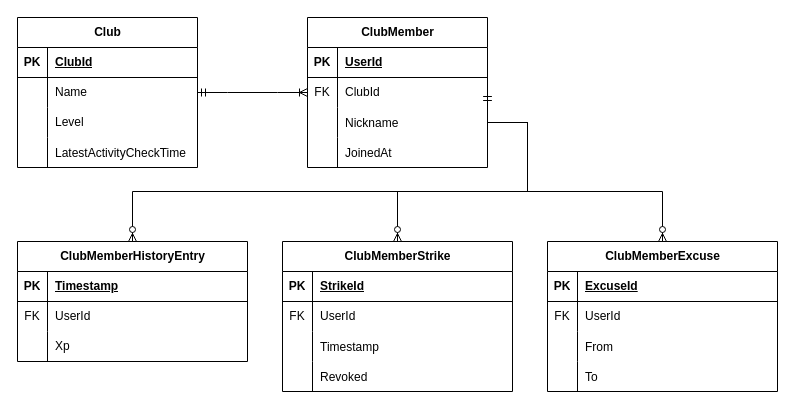
Earlier version of the draw.io diagram Documentation/ER-Diagram.drawio (efibs/GeoClubBot). Source tidied: cells renumbered, new cells numbered last; positions are measured from the earlier drawing's top-left corner, leaving out a move shared by most shapes. Both pictures are drawn from the tidied source at 100%, with x=0, y=0 at pixel (17, 17).
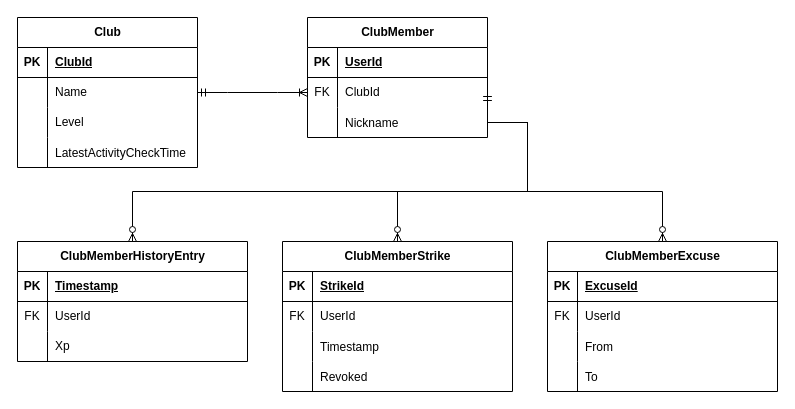
After the change.

The edit, as a diff of the source:
```diff
@@
     <mxCell id="15" value="ClubMember" style="shape=table;startSize=30;childLayout=tableLayout;rowLines=0;fontStyle=1;align=center;html=1;" parent="1" vertex="1">
-      <mxGeometry x="290" width="180" height="150" as="geometry" />
+      <mxGeometry x="290" width="180" height="120" as="geometry" />
     </mxCell>
@@
-    <mxCell id="25" style="shape=tableRow;horizontal=0;startSize=0;swimlaneHead=0;swimlaneBody=0;fillColor=none;top=0;left=0;right=0;bottom=0;" parent="15" vertex="1">
-      <mxGeometry y="120" width="180" height="30" as="geometry" />
-    </mxCell>
-    <mxCell id="26" style="shape=partialRectangle;fillColor=none;top=0;left=0;bottom=0;right=0;overflow=hidden;" parent="25" vertex="1">
-      <mxGeometry width="30" height="30" as="geometry" />
-    </mxCell>
-    <mxCell id="27" value="JoinedAt" style="shape=partialRectangle;fillColor=none;top=0;left=0;bottom=0;right=0;align=left;spacingLeft=6;overflow=hidden;" parent="25" vertex="1">
-      <mxGeometry x="30" width="150" height="30" as="geometry" />
-    </mxCell>
```
